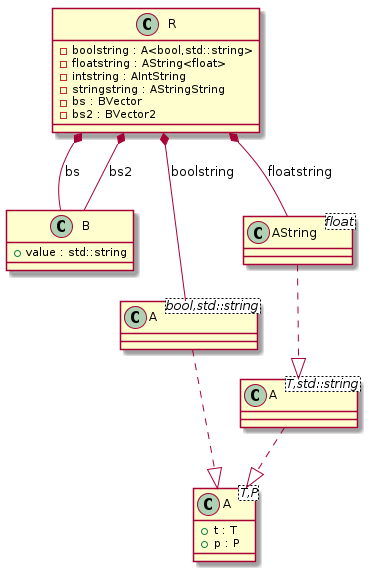
Earlier version of the PlantUML export docs/test_cases/t00014_class.png (bkryza/clang-uml).
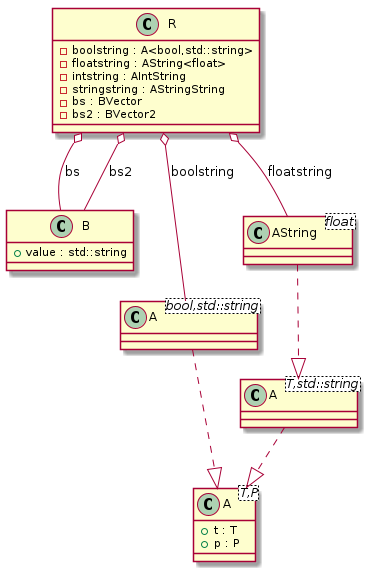
After the change.

Change to the diagram source:
```diff
@@ -40,9 +40,9 @@
 -bs : BVector
 -bs2 : BVector2
 }
-C_0000000177 *-- C_0000000178 : boolstring
-C_0000000177 *-- C_0000000179 : floatstring
-C_0000000177 *-- C_0000000175 : bs
-C_0000000177 *-- C_0000000175 : bs2
+C_0000000177 o-- C_0000000178 : boolstring
+C_0000000177 o-- C_0000000179 : floatstring
+C_0000000177 o-- C_0000000175 : bs
+C_0000000177 o-- C_0000000175 : bs2
 
 @enduml
```
